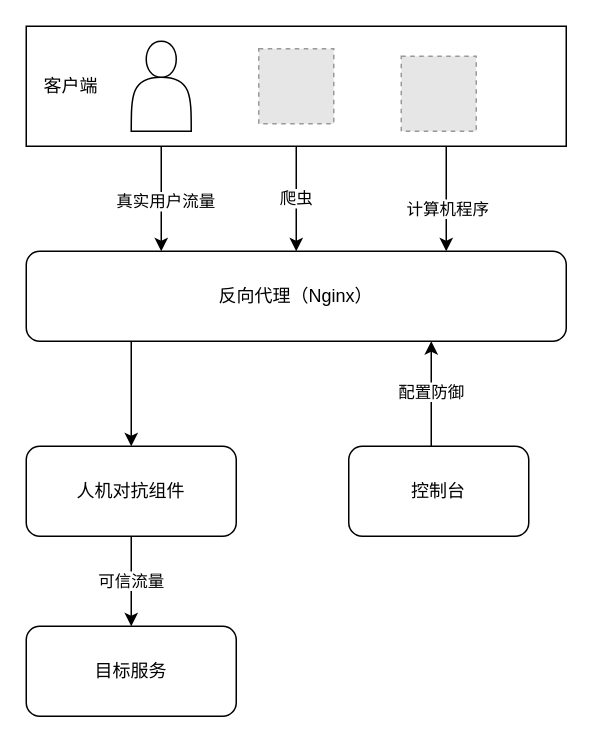
Above: page "第 2 页" (2 of 2) of 未命名绘图.drawio in luxiao/luxiao (draw.io), before the change. Source tidied: cells renumbered, new cells numbered last; positions are measured from the earlier drawing's top-left corner, leaving out a move shared by most shapes. Both pictures are drawn from the tidied source at 150%, with x=0, y=0 at pixel (26, 26). Pictures stored in the file or linked from it are replaced by grey dashed boxes.
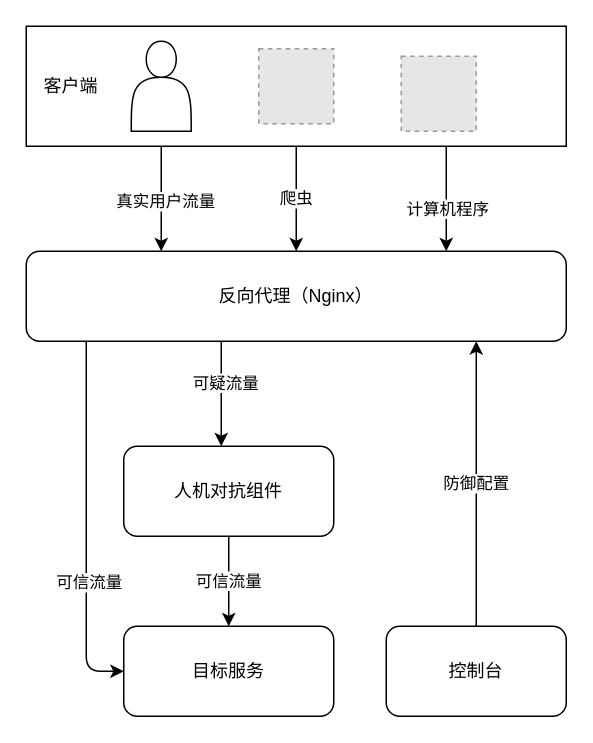
Above is the later version.

Unchanged cells that the change refers to:
```xml
<mxCell id="10" value="反向代理（Nginx）" style="rounded=1;whiteSpace=wrap;html=1;" parent="1" vertex="1">
  <mxGeometry y="150" width="360" height="60" as="geometry" />
</mxCell>
```

Change to the diagram source:
```diff
@@
     <mxCell id="9" style="edgeStyle=orthogonalEdgeStyle;rounded=0;jettySize=auto;html=1;" parent="1" edge="1" source="10" target="19">
       <mxGeometry relative="1" as="geometry">
         <Array as="points">
-          <mxPoint x="70" y="260" />
-          <mxPoint x="70" y="260" />
+          <mxPoint x="130" y="250" />
+          <mxPoint x="130" y="250" />
         </Array>
       </mxGeometry>
     </mxCell>
+    <mxCell id="20" value="可疑流量" style="edgeLabel;html=1;align=center;verticalAlign=middle;" parent="9" vertex="1">
+      <mxGeometry x="-0.23" y="2" relative="1" as="geometry" />
+    </mxCell>
@@
     <mxCell id="13" value="目标服务" style="rounded=1;whiteSpace=wrap;html=1;" parent="1" vertex="1">
-      <mxGeometry y="400" width="140" height="60" as="geometry" />
+      <mxGeometry x="65" y="400" width="140" height="60" as="geometry" />
     </mxCell>
-    <mxCell id="14" style="edgeStyle=orthogonalEdgeStyle;rounded=0;jettySize=auto;html=1;entryX=0.75;entryY=1;entryDx=0;entryDy=0;" parent="1" edge="1" source="16" target="10">
+    <mxCell id="14" value="防御配置" style="edgeStyle=orthogonalEdgeStyle;rounded=0;jettySize=auto;html=1;" parent="1" edge="1" source="16" target="10">
       <mxGeometry relative="1" as="geometry">
         <Array as="points">
-          <mxPoint x="270" y="230" />
-          <mxPoint x="270" y="230" />
+          <mxPoint x="300" y="230" />
+          <mxPoint x="300" y="230" />
         </Array>
       </mxGeometry>
     </mxCell>
-    <mxCell id="15" value="配置防御" style="edgeLabel;html=1;align=center;verticalAlign=middle;" parent="14" vertex="1">
-      <mxGeometry x="0.07" y="1" relative="1" as="geometry" />
-    </mxCell>
     <mxCell id="16" value="控制台" style="rounded=1;whiteSpace=wrap;html=1;" parent="1" vertex="1">
-      <mxGeometry x="215" y="280" width="120" height="60" as="geometry" />
+      <mxGeometry x="240" y="400" width="120" height="60" as="geometry" />
     </mxCell>
@@
     <mxCell id="19" value="人机对抗组件" style="whiteSpace=wrap;html=1;rounded=1;" parent="1" vertex="1">
-      <mxGeometry y="280" width="140" height="60" as="geometry" />
+      <mxGeometry x="65" y="280" width="140" height="60" as="geometry" />
     </mxCell>
+    <mxCell id="21" style="endArrow=classic;html=1;entryX=0;entryY=0.5;entryDx=0;entryDy=0;" parent="1" edge="1" target="13">
+      <mxGeometry relative="1" as="geometry">
+        <mxPoint x="40" y="210" as="sourcePoint" />
+        <Array as="points">
+          <mxPoint x="40" y="430" />
+        </Array>
+      </mxGeometry>
+    </mxCell>
+    <mxCell id="22" value="可信流量" style="edgeLabel;html=1;align=center;verticalAlign=middle;" parent="21" vertex="1">
+      <mxGeometry x="0.18" y="1" relative="1" as="geometry">
+        <mxPoint y="15" as="offset" />
+      </mxGeometry>
+    </mxCell>
```
